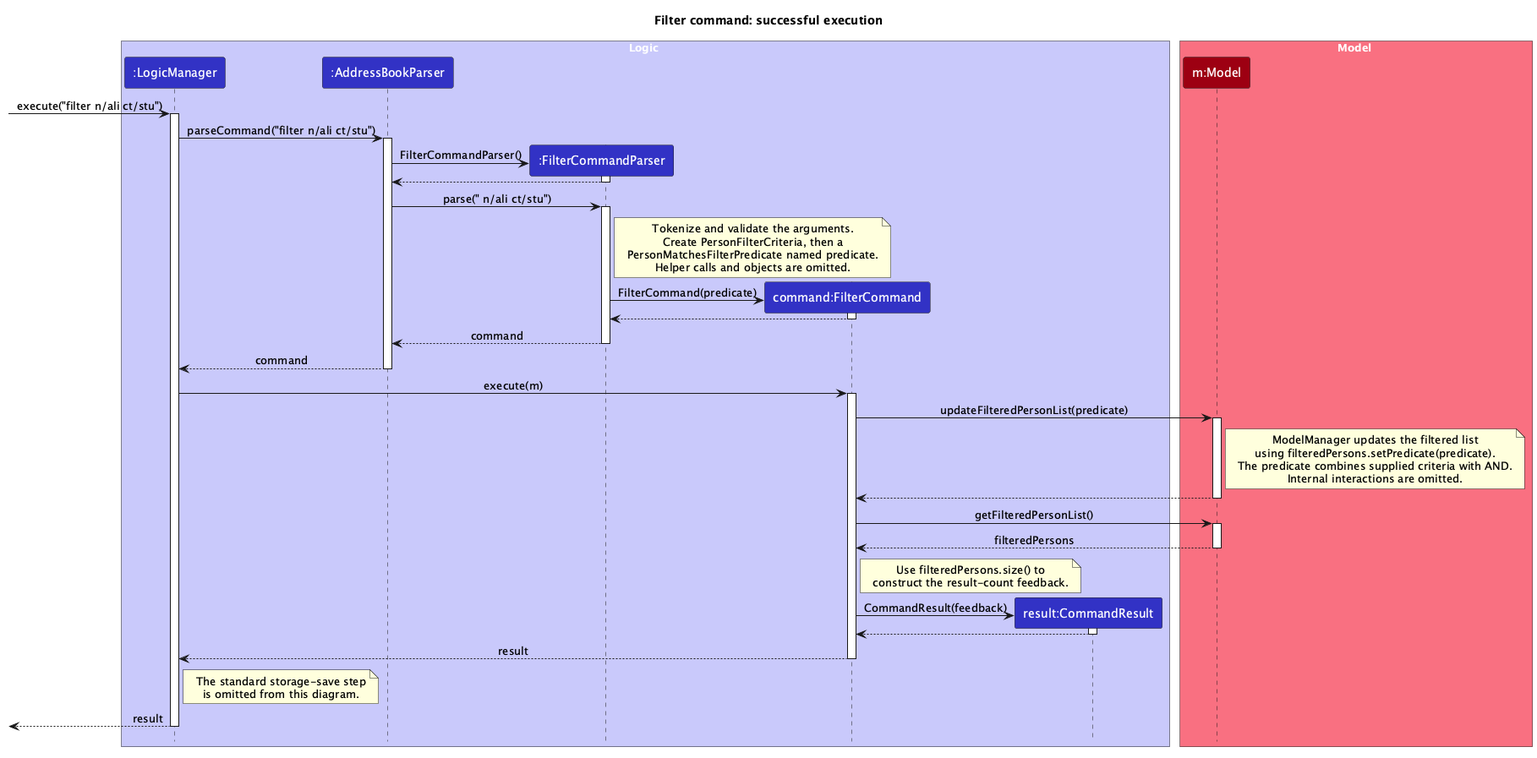
AY2627S1-CS2103T-T11-3/tp keeps this PlantUML diagram as docs/images/FilterSequenceDiagram.png. Above is the earlier version.
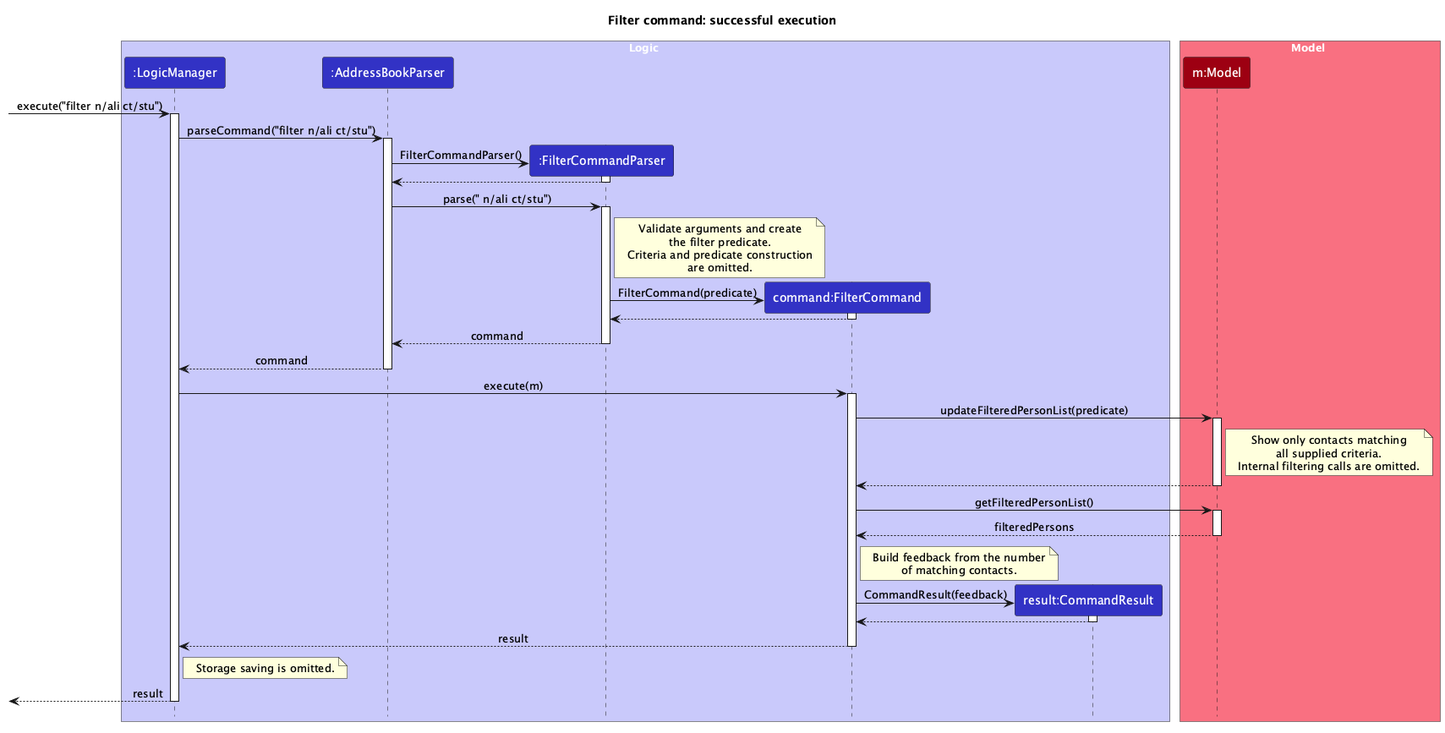
The same diagram one commit later.

Commit message:
Fix Filter diagram EOF newline and clarify notes

Diff of the diagram source:
```diff
@@ -32,10 +32,10 @@
 activate FilterCommandParser
 
 note right of FilterCommandParser
-  Tokenize and validate the arguments.
-  Create PersonFilterCriteria, then a
-  PersonMatchesFilterPredicate named predicate.
-  Helper calls and objects are omitted.
+  Validate arguments and create
+  the filter predicate.
+  Criteria and predicate construction
+  are omitted.
 end note
 
 create FilterCommand
@@ -57,10 +57,9 @@
 activate Model
 
 note right of Model
-  ModelManager updates the filtered list
-  using filteredPersons.setPredicate(predicate).
-  The predicate combines supplied criteria with AND.
-  Internal interactions are omitted.
+  Show only contacts matching
+  all supplied criteria.
+  Internal filtering calls are omitted.
 end note
 
 Model --> FilterCommand
@@ -72,8 +71,8 @@
 deactivate Model
 
 note right of FilterCommand
-  Use filteredPersons.size() to
-  construct the result-count feedback.
+  Build feedback from the number
+  of matching contacts.
 end note
 
 create CommandResult
@@ -86,8 +85,7 @@
 deactivate FilterCommand
 
 note right of LogicManager
-  The standard storage-save step
-  is omitted from this diagram.
+  Storage saving is omitted.
 end note
 
 [<-- LogicManager : result
```
